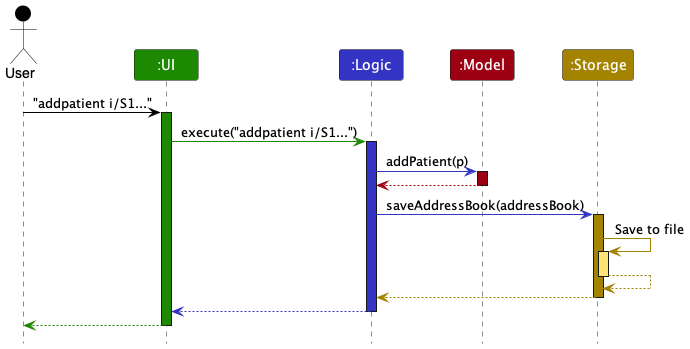
This is docs/images/ArchitectureSequenceDiagram.png from nus-cs2103-AY2324S2/tp, a PlantUML export, as it was before one commit.
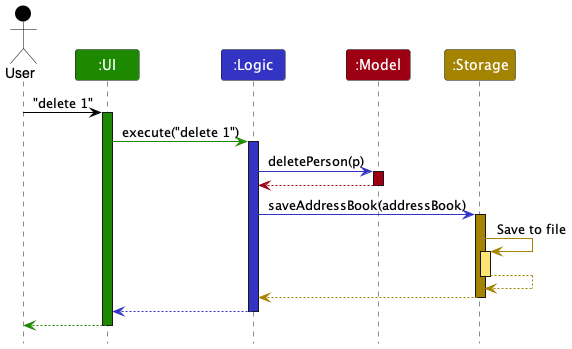
Above is the later version.

Commit message:
Undo sequence uml diagram updates

Change to the diagram source:
```diff
@@ -8,13 +8,13 @@
 Participant ":Model" as model MODEL_COLOR
 Participant ":Storage" as storage STORAGE_COLOR
 
-user -[USER_COLOR]> ui : "addpatient i/S1..."
+user -[USER_COLOR]> ui : "delete 1"
 activate ui UI_COLOR
 
-ui -[UI_COLOR]> logic : execute("addpatient i/S1...")
+ui -[UI_COLOR]> logic : execute("delete 1")
 activate logic LOGIC_COLOR
 
-logic -[LOGIC_COLOR]> model : addPatient(p)
+logic -[LOGIC_COLOR]> model : deletePerson(p)
 activate model MODEL_COLOR
 
 model -[MODEL_COLOR]-> logic
```
